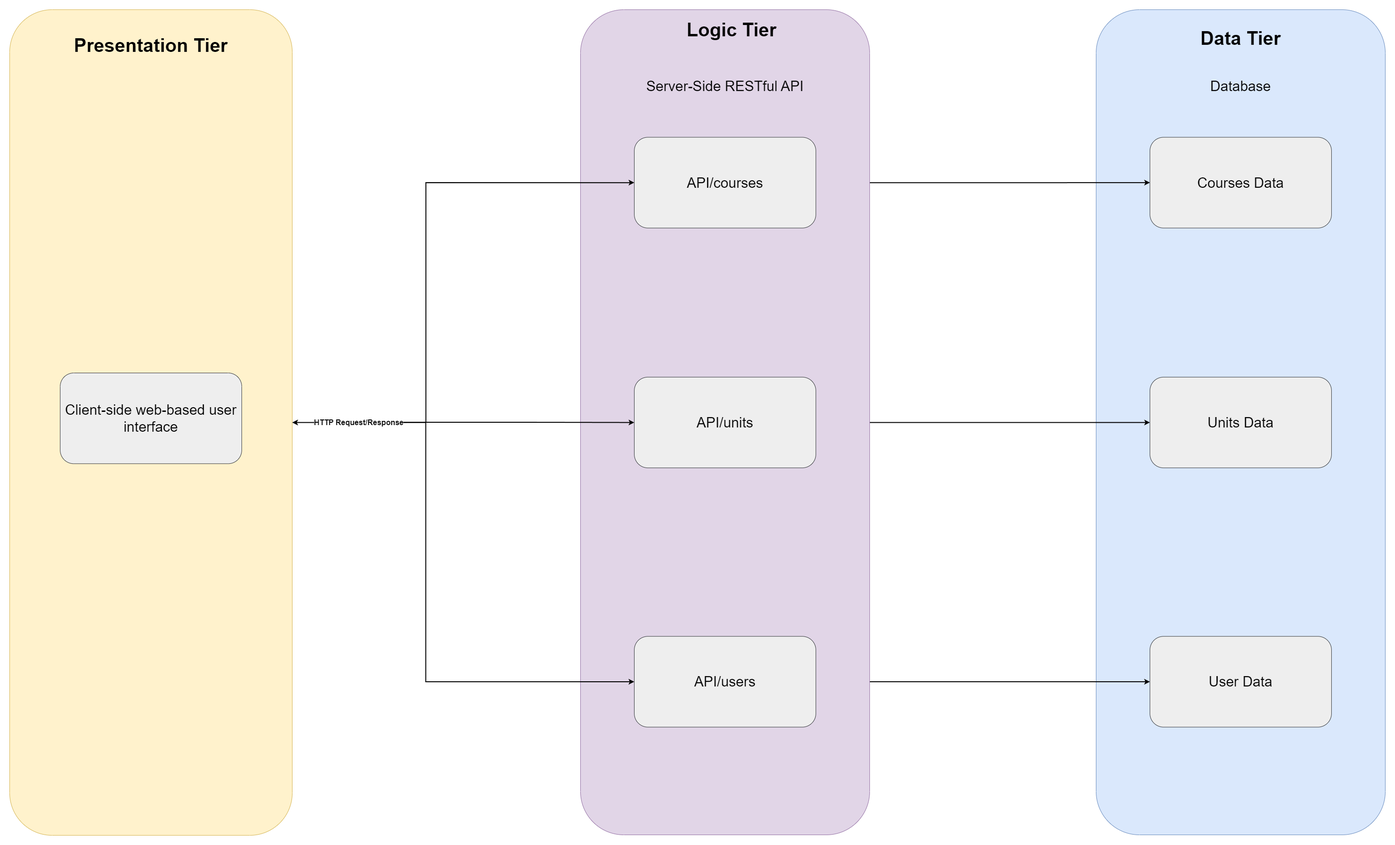
Above: public/courseflow-system-architecture.png in thoth-tech/ThothTech-Documentation-Website (draw.io), before the change. Source tidied: cells renumbered, new cells last; positions are measured from the earlier drawing's top-left corner, leaving out a move shared by most shapes.
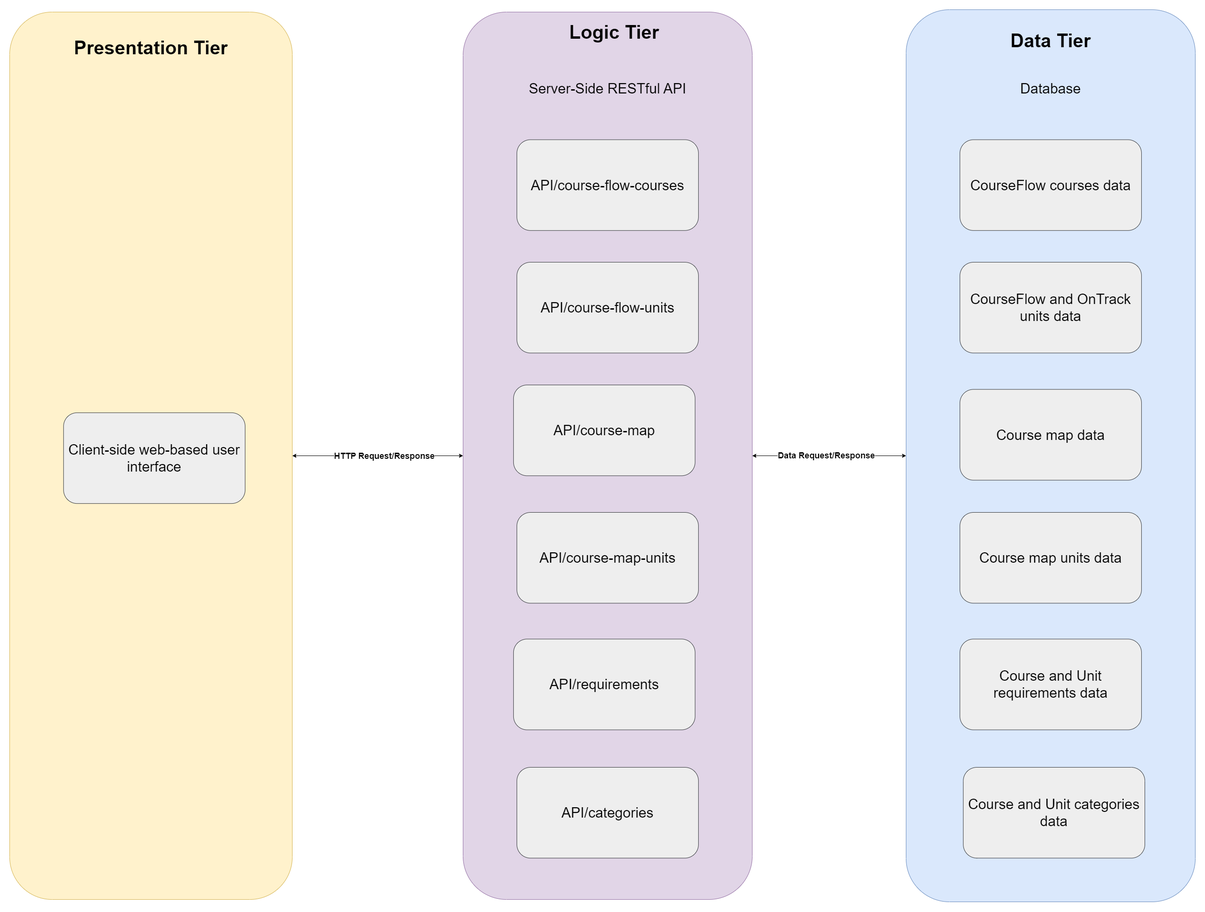
Above is the later version.

Commit message:
Updated to treat as OnTrack feature

The edit, as a diff of the source:
```diff
@@ -2,93 +2,85 @@
   <root>
     <mxCell id="0" />
     <mxCell id="1" parent="0" />
+    <mxCell id="25" style="edgeStyle=orthogonalEdgeStyle;rounded=0;jettySize=auto;html=1;entryX=0;entryY=0.5;entryDx=0;entryDy=0;startArrow=classic;startFill=1;" parent="1" edge="1" source="2" target="14">
+      <mxGeometry relative="1" as="geometry" />
+    </mxCell>
+    <mxCell id="23" value="HTTP Request/Response" style="edgeLabel;html=1;align=center;verticalAlign=middle;fontSize=18;fontStyle=1;" parent="25" vertex="1">
+      <mxGeometry x="-0.13" y="-3" relative="1" as="geometry">
+        <mxPoint x="36" y="-3" as="offset" />
+      </mxGeometry>
+    </mxCell>
     <mxCell id="2" style="rounded=1;whiteSpace=wrap;html=1;fillColor=#fff2cc;strokeColor=#d6b656;" parent="1" vertex="1">
-      <mxGeometry width="599" height="1750" as="geometry" />
+      <mxGeometry x="236" y="15" width="599" height="1880" as="geometry" />
     </mxCell>
     <mxCell id="3" value="Presentation Tier" style="text;html=1;strokeColor=none;fillColor=none;align=center;verticalAlign=middle;whiteSpace=wrap;rounded=0;fontStyle=1;fontSize=40;fontColor=#000000;" parent="1" vertex="1">
-      <mxGeometry x="114.2" y="33.1" width="370.6" height="84.1" as="geometry" />
+      <mxGeometry x="350.2" y="48.1" width="370.6" height="84.1" as="geometry" />
     </mxCell>
     <mxCell id="4" style="rounded=1;whiteSpace=wrap;html=1;fillColor=#dae8fc;strokeColor=#6c8ebf;" parent="1" vertex="1">
-      <mxGeometry x="2303" width="612.9" height="1749" as="geometry" />
+      <mxGeometry x="2136" y="10" width="612.9" height="1890" as="geometry" />
     </mxCell>
     <mxCell id="5" value="Data Tier" style="text;html=1;strokeColor=none;fillColor=none;align=center;verticalAlign=middle;whiteSpace=wrap;rounded=0;fontStyle=1;fontSize=40;fontColor=#000000;" parent="1" vertex="1">
-      <mxGeometry x="2424.2" y="18" width="370.6" height="84.1" as="geometry" />
+      <mxGeometry x="2257.2" y="33" width="370.6" height="84.1" as="geometry" />
     </mxCell>
     <mxCell id="6" style="group;" parent="1" vertex="1">
-      <mxGeometry x="2417" y="270.5" width="384.9" height="1250.1" as="geometry" />
+      <mxGeometry x="2250" y="285.5" width="384.9" height="1250.1" as="geometry" />
     </mxCell>
-    <mxCell id="7" value="Courses Data" style="rounded=1;whiteSpace=wrap;html=1;fontSize=30;fillColor=#eeeeee;strokeColor=#36393d;" parent="6" vertex="1">
+    <mxCell id="7" value="CourseFlow courses data" style="rounded=1;whiteSpace=wrap;html=1;fontSize=30;fillColor=#eeeeee;strokeColor=#36393d;" parent="6" vertex="1">
       <mxGeometry width="384.9" height="192.3" as="geometry" />
     </mxCell>
-    <mxCell id="8" value="Units Data" style="rounded=1;whiteSpace=wrap;html=1;fontSize=30;fillColor=#eeeeee;strokeColor=#36393d;" parent="6" vertex="1">
-      <mxGeometry y="508.4" width="384.9" height="192.3" as="geometry" />
+    <mxCell id="8" value="CourseFlow and OnTrack units data" style="rounded=1;whiteSpace=wrap;html=1;fontSize=30;fillColor=#eeeeee;strokeColor=#36393d;" parent="6" vertex="1">
+      <mxGeometry y="259.5" width="384.9" height="192.3" as="geometry" />
     </mxCell>
-    <mxCell id="9" value="User Data" style="rounded=1;whiteSpace=wrap;html=1;fontSize=30;fillColor=#eeeeee;strokeColor=#36393d;" parent="6" vertex="1">
-      <mxGeometry y="1057.8" width="384.9" height="192.3" as="geometry" />
+    <mxCell id="9" value="Course map data" style="rounded=1;whiteSpace=wrap;html=1;fontSize=30;fillColor=#eeeeee;strokeColor=#36393d;" parent="6" vertex="1">
+      <mxGeometry y="528.9" width="384.9" height="192.3" as="geometry" />
     </mxCell>
     <mxCell id="10" value="Database" style="text;html=1;strokeColor=none;fillColor=none;align=center;verticalAlign=middle;whiteSpace=wrap;rounded=0;fontSize=30;fontColor=#000000;" parent="1" vertex="1">
-      <mxGeometry x="2409.9" y="117.2" width="399.1" height="90.2" as="geometry" />
+      <mxGeometry x="2242.9" y="132.2" width="399.1" height="90.2" as="geometry" />
     </mxCell>
-    <mxCell id="11" style="edgeStyle=orthogonalEdgeStyle;rounded=0;jettySize=auto;html=1;entryX=0;entryY=0.5;entryDx=0;entryDy=0;startArrow=classic;startFill=1;strokeWidth=2;" parent="1" edge="1" source="17" target="7">
-      <mxGeometry relative="1" as="geometry" />
-    </mxCell>
-    <mxCell id="12" style="edgeStyle=orthogonalEdgeStyle;rounded=0;jettySize=auto;html=1;entryX=0;entryY=0.5;entryDx=0;entryDy=0;startArrow=classic;startFill=1;strokeWidth=2;" parent="1" edge="1" source="18" target="8">
-      <mxGeometry relative="1" as="geometry" />
-    </mxCell>
-    <mxCell id="13" style="edgeStyle=orthogonalEdgeStyle;rounded=0;jettySize=auto;html=1;startArrow=classic;startFill=1;strokeWidth=2;" parent="1" edge="1" source="19" target="9">
-      <mxGeometry relative="1" as="geometry" />
-    </mxCell>
+    <mxCell id="26" style="edgeStyle=orthogonalEdgeStyle;rounded=0;jettySize=auto;html=1;entryX=0;entryY=0.5;entryDx=0;entryDy=0;startArrow=classic;startFill=1;" parent="1" edge="1" source="14" target="4">
+      <mxGeometry relative="1" as="geometry" />
+    </mxCell>
+    <mxCell id="27" value="&lt;b&gt;Data Request/Response&lt;/b&gt;" style="edgeLabel;html=1;align=center;verticalAlign=middle;fontSize=18;" parent="26" vertex="1">
+      <mxGeometry x="-0.05" y="1" relative="1" as="geometry" />
+    </mxCell>
     <mxCell id="14" style="rounded=1;whiteSpace=wrap;html=1;fillColor=#e1d5e7;strokeColor=#9673a6;" parent="1" vertex="1">
-      <mxGeometry x="1210" width="612.9" height="1749" as="geometry" />
+      <mxGeometry x="1197" y="15" width="612.9" height="1880" as="geometry" />
     </mxCell>
     <mxCell id="15" value="Logic Tier" style="text;html=1;align=center;verticalAlign=middle;whiteSpace=wrap;rounded=0;fontStyle=1;fontSize=40;fontColor=#000000;" parent="1" vertex="1">
-      <mxGeometry x="1345.4" width="370.6" height="84.1" as="geometry" />
+      <mxGeometry x="1332.4" y="15" width="370.6" height="84.1" as="geometry" />
     </mxCell>
     <mxCell id="16" value="Server-Side RESTful API" style="text;html=1;align=center;verticalAlign=middle;whiteSpace=wrap;rounded=0;fontSize=30;fontColor=#000000;" parent="1" vertex="1">
-      <mxGeometry x="1316.9" y="117.2" width="399.1" height="90.2" as="geometry" />
+      <mxGeometry x="1303.9" y="132.2" width="399.1" height="90.2" as="geometry" />
     </mxCell>
-    <mxCell id="17" value="API/courses" style="rounded=1;whiteSpace=wrap;html=1;fontSize=30;fillColor=#eeeeee;strokeColor=#36393d;" parent="1" vertex="1">
-      <mxGeometry x="1324" y="270.5" width="384.9" height="192.3" as="geometry" />
+    <mxCell id="17" value="API/course-flow-courses" style="rounded=1;whiteSpace=wrap;html=1;fontSize=30;fillColor=#eeeeee;strokeColor=#36393d;" parent="1" vertex="1">
+      <mxGeometry x="1311" y="285.5" width="384.9" height="192.3" as="geometry" />
     </mxCell>
-    <mxCell id="18" value="API/units" style="rounded=1;whiteSpace=wrap;html=1;fontSize=30;fillColor=#eeeeee;strokeColor=#36393d;" parent="1" vertex="1">
-      <mxGeometry x="1324" y="778.8" width="384.9" height="192.3" as="geometry" />
+    <mxCell id="18" value="API/course-flow-units" style="rounded=1;whiteSpace=wrap;html=1;fontSize=30;fillColor=#eeeeee;strokeColor=#36393d;" parent="1" vertex="1">
+      <mxGeometry x="1311" y="545" width="384.9" height="192.3" as="geometry" />
     </mxCell>
-    <mxCell id="19" value="API/users" style="rounded=1;whiteSpace=wrap;html=1;fontSize=30;fillColor=#eeeeee;strokeColor=#36393d;" parent="1" vertex="1">
-      <mxGeometry x="1324" y="1328.3" width="384.9" height="192.3" as="geometry" />
+    <mxCell id="19" value="API/course-map" style="rounded=1;whiteSpace=wrap;html=1;fontSize=30;fillColor=#eeeeee;strokeColor=#36393d;" parent="1" vertex="1">
+      <mxGeometry x="1303.9" y="805" width="384.9" height="192.3" as="geometry" />
     </mxCell>
-    <mxCell id="20" style="edgeStyle=orthogonalEdgeStyle;rounded=0;jettySize=auto;html=1;entryX=0;entryY=0.5;entryDx=0;entryDy=0;strokeWidth=2;" parent="1" edge="1" target="17">
-      <mxGeometry relative="1" as="geometry">
-        <mxPoint x="810.9" y="874.6" as="sourcePoint" />
-        <Array as="points">
-          <mxPoint x="882.2" y="874.5" />
-          <mxPoint x="882.2" y="366" />
-        </Array>
-      </mxGeometry>
-    </mxCell>
-    <mxCell id="21" style="edgeStyle=orthogonalEdgeStyle;rounded=0;jettySize=auto;html=1;entryX=0;entryY=0.5;entryDx=0;entryDy=0;strokeWidth=2;" parent="1" edge="1" target="18">
-      <mxGeometry relative="1" as="geometry">
-        <mxPoint x="810.9" y="874.6" as="sourcePoint" />
-        <Array as="points">
-          <mxPoint x="1089" y="875" />
-          <mxPoint x="1089" y="875" />
-        </Array>
-      </mxGeometry>
-    </mxCell>
-    <mxCell id="22" style="edgeStyle=orthogonalEdgeStyle;rounded=0;jettySize=auto;html=1;entryX=0;entryY=0.5;entryDx=0;entryDy=0;strokeWidth=2;startArrow=classic;startFill=1;exitX=1;exitY=0.5;exitDx=0;exitDy=0;" parent="1" edge="1" source="2" target="19">
-      <mxGeometry relative="1" as="geometry">
-        <Array as="points">
-          <mxPoint x="882" y="875" />
-          <mxPoint x="882" y="1424" />
-        </Array>
-      </mxGeometry>
-    </mxCell>
-    <mxCell id="23" value="HTTP Request/Response" style="edgeLabel;html=1;align=center;verticalAlign=middle;fontSize=16;fontStyle=1;" parent="22" vertex="1">
-      <mxGeometry x="-0.74" y="3" relative="1" as="geometry">
-        <mxPoint x="-28" y="2" as="offset" />
-      </mxGeometry>
-    </mxCell>
     <mxCell id="24" value="Client-side web-based user interface" style="rounded=1;whiteSpace=wrap;html=1;fontSize=30;fillColor=#eeeeee;strokeColor=#36393d;" parent="1" vertex="1">
-      <mxGeometry x="107.1" y="770" width="384.9" height="192.3" as="geometry" />
+      <mxGeometry x="350.2" y="863.8" width="384.9" height="192.3" as="geometry" />
     </mxCell>
+    <mxCell id="28" value="API/course-map-units" style="rounded=1;whiteSpace=wrap;html=1;fontSize=30;fillColor=#eeeeee;strokeColor=#36393d;" parent="1" vertex="1">
+      <mxGeometry x="1311" y="1075" width="384.9" height="192.3" as="geometry" />
+    </mxCell>
+    <mxCell id="29" value="Course map units data" style="rounded=1;whiteSpace=wrap;html=1;fontSize=30;fillColor=#eeeeee;strokeColor=#36393d;" parent="1" vertex="1">
+      <mxGeometry x="2250" y="1075" width="384.9" height="192.3" as="geometry" />
+    </mxCell>
+    <mxCell id="30" value="API/requirements" style="rounded=1;whiteSpace=wrap;html=1;fontSize=30;fillColor=#eeeeee;strokeColor=#36393d;" parent="1" vertex="1">
+      <mxGeometry x="1303.9" y="1343.3" width="384.9" height="192.3" as="geometry" />
+    </mxCell>
+    <mxCell id="31" value="Course and Unit requirements data" style="rounded=1;whiteSpace=wrap;html=1;fontSize=30;fillColor=#eeeeee;strokeColor=#36393d;" parent="1" vertex="1">
+      <mxGeometry x="2250" y="1343.3" width="384.9" height="192.3" as="geometry" />
+    </mxCell>
+    <mxCell id="32" value="API/categories" style="rounded=1;whiteSpace=wrap;html=1;fontSize=30;fillColor=#eeeeee;strokeColor=#36393d;" parent="1" vertex="1">
+      <mxGeometry x="1311" y="1615" width="384.9" height="192.3" as="geometry" />
+    </mxCell>
+    <mxCell id="33" value="Course and Unit categories data" style="rounded=1;whiteSpace=wrap;html=1;fontSize=30;fillColor=#eeeeee;strokeColor=#36393d;" parent="1" vertex="1">
+      <mxGeometry x="2257.2" y="1615" width="384.9" height="192.3" as="geometry" />
+    </mxCell>
   </root>
 </mxGraphModel>
```
